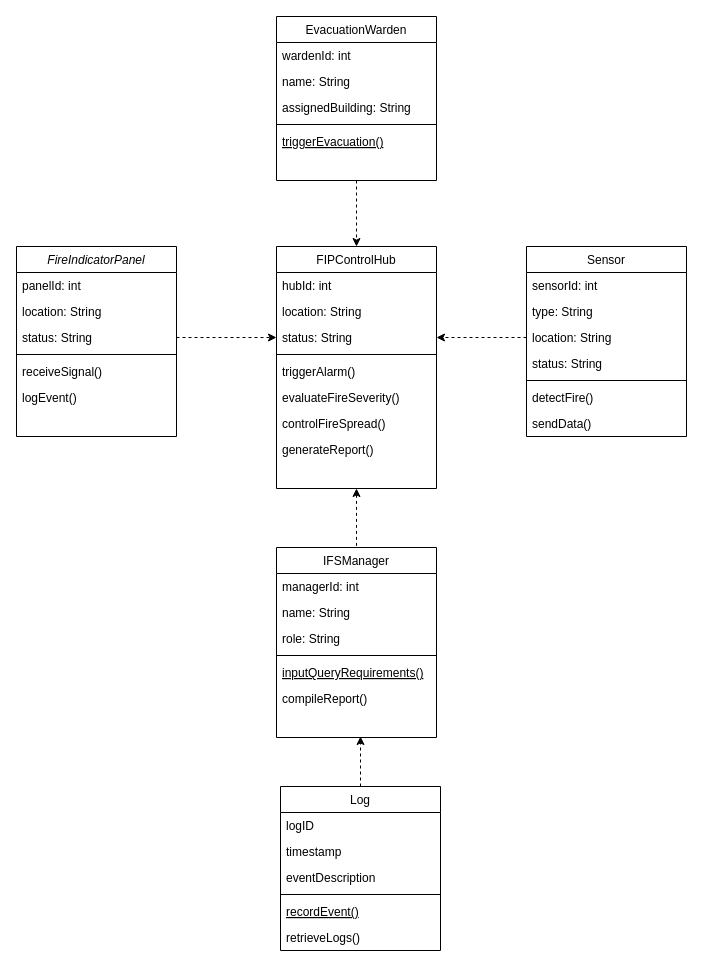
The draw.io diagram ass2/系统类图.drawio in demosRun/INFO6030, before the edit. Source tidied: cells renumbered, new cells numbered last; positions are measured from the earlier drawing's top-left corner, leaving out a move shared by most shapes. Both pictures are drawn from the tidied source at 100%, with x=0, y=0 at pixel (16, 16).
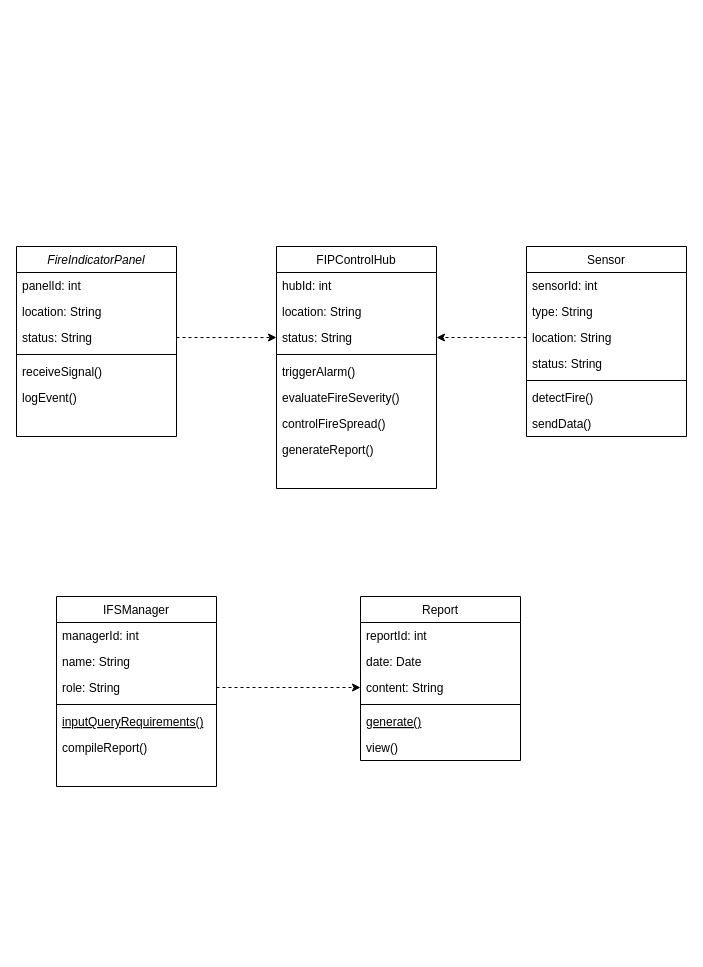
Above is the later version.

The change refers to these unchanged cells:
```xml
<mxCell id="26" value="FIPControlHub            " style="swimlane;fontStyle=0;align=center;verticalAlign=top;horizontal=1;startSize=26;rounded=0;shadow=0;strokeWidth=1;" parent="1" vertex="1">
  <mxGeometry x="260" y="230" width="160" height="242" as="geometry" />
</mxCell>
<mxCell id="38" value="role: String    " style="text;align=left;verticalAlign=top;spacingLeft=4;spacingRight=4;overflow=hidden;points=[[0,0.5],[1,0.5]];portConstraint=eastwest;rounded=0;shadow=0;html=0;" parent="35" vertex="1">
  <mxGeometry y="78" width="160" height="26" as="geometry" />
</mxCell>
```

What changed in the source:
```diff
@@
-    <mxCell id="9" style="edgeStyle=orthogonalEdgeStyle;rounded=0;jettySize=auto;html=1;exitX=0.5;exitY=0;exitDx=0;exitDy=0;dashed=1;" parent="1" edge="1" source="10">
-      <mxGeometry relative="1" as="geometry">
-        <mxPoint x="344" y="720" as="targetPoint" />
-      </mxGeometry>
-    </mxCell>
-    <mxCell id="10" value="Log      " style="swimlane;fontStyle=0;align=center;verticalAlign=top;horizontal=1;startSize=26;rounded=0;shadow=0;strokeWidth=1;" parent="1" vertex="1">
-      <mxGeometry x="264" y="770" width="160" height="164" as="geometry" />
+    <mxCell id="10" value="Report                    " style="swimlane;fontStyle=0;align=center;verticalAlign=top;horizontal=1;startSize=26;rounded=0;shadow=0;strokeWidth=1;" parent="1" vertex="1">
+      <mxGeometry x="344" y="580" width="160" height="164" as="geometry" />
     </mxCell>
-    <mxCell id="11" value="logID     " style="text;align=left;verticalAlign=top;spacingLeft=4;spacingRight=4;overflow=hidden;" parent="10" vertex="1">
+    <mxCell id="11" value="reportId: int     " style="text;align=left;verticalAlign=top;spacingLeft=4;spacingRight=4;overflow=hidden;" parent="10" vertex="1">
       <mxGeometry y="26" width="160" height="26" as="geometry" />
     </mxCell>
-    <mxCell id="12" value="timestamp " style="text;align=left;verticalAlign=top;spacingLeft=4;spacingRight=4;overflow=hidden;rounded=0;shadow=0;html=0;" parent="10" vertex="1">
+    <mxCell id="12" value="date: Date       " style="text;align=left;verticalAlign=top;spacingLeft=4;spacingRight=4;overflow=hidden;rounded=0;shadow=0;html=0;" parent="10" vertex="1">
       <mxGeometry y="52" width="160" height="26" as="geometry" />
     </mxCell>
-    <mxCell id="13" value="eventDescription " style="text;align=left;verticalAlign=top;spacingLeft=4;spacingRight=4;overflow=hidden;points=[[0,0.5],[1,0.5]];portConstraint=eastwest;rounded=0;shadow=0;html=0;" parent="10" vertex="1">
+    <mxCell id="13" value="content: String " style="text;align=left;verticalAlign=top;spacingLeft=4;spacingRight=4;overflow=hidden;points=[[0,0.5],[1,0.5]];portConstraint=eastwest;rounded=0;shadow=0;html=0;" parent="10" vertex="1">
       <mxGeometry y="78" width="160" height="26" as="geometry" />
     </mxCell>
@@
-    <mxCell id="15" value="recordEvent()" style="text;align=left;verticalAlign=top;spacingLeft=4;spacingRight=4;overflow=hidden;fontStyle=4;" parent="10" vertex="1">
+    <mxCell id="15" value="generate()" style="text;align=left;verticalAlign=top;spacingLeft=4;spacingRight=4;overflow=hidden;fontStyle=4;" parent="10" vertex="1">
       <mxGeometry y="112" width="160" height="26" as="geometry" />
     </mxCell>
-    <mxCell id="16" value="retrieveLogs()" style="text;align=left;verticalAlign=top;spacingLeft=4;spacingRight=4;overflow=hidden;" parent="10" vertex="1">
+    <mxCell id="16" value="view()" style="text;align=left;verticalAlign=top;spacingLeft=4;spacingRight=4;overflow=hidden;" parent="10" vertex="1">
       <mxGeometry y="138" width="160" height="26" as="geometry" />
     </mxCell>
@@
-    <mxCell id="25" style="edgeStyle=orthogonalEdgeStyle;rounded=0;jettySize=auto;html=1;exitX=0.5;exitY=1;exitDx=0;exitDy=0;entryX=0.5;entryY=0;entryDx=0;entryDy=0;dashed=1;endArrow=none;endFill=0;startArrow=classic;startFill=1;" parent="1" edge="1" source="26" target="35">
-      <mxGeometry relative="1" as="geometry" />
-    </mxCell>
@@
     <mxCell id="35" value="IFSManager            " style="swimlane;fontStyle=0;align=center;verticalAlign=top;horizontal=1;startSize=26;rounded=0;shadow=0;strokeWidth=1;" parent="1" vertex="1">
-      <mxGeometry x="260" y="531" width="160" height="190" as="geometry" />
+      <mxGeometry x="40" y="580" width="160" height="190" as="geometry" />
     </mxCell>
@@
-    <mxCell id="42" style="edgeStyle=orthogonalEdgeStyle;rounded=0;jettySize=auto;html=1;exitX=0.5;exitY=1;exitDx=0;exitDy=0;entryX=0.5;entryY=0;entryDx=0;entryDy=0;dashed=1;" parent="1" edge="1" source="43" target="26">
-      <mxGeometry relative="1" as="geometry" />
-    </mxCell>
-    <mxCell id="43" value="EvacuationWarden                   " style="swimlane;fontStyle=0;align=center;verticalAlign=top;horizontal=1;startSize=26;rounded=0;shadow=0;strokeWidth=1;" parent="1" vertex="1">
-      <mxGeometry x="260" width="160" height="164" as="geometry" />
-    </mxCell>
-    <mxCell id="44" value="wardenId: int        " style="text;align=left;verticalAlign=top;spacingLeft=4;spacingRight=4;overflow=hidden;" parent="43" vertex="1">
-      <mxGeometry y="26" width="160" height="26" as="geometry" />
-    </mxCell>
-    <mxCell id="45" value="name: String     " style="text;align=left;verticalAlign=top;spacingLeft=4;spacingRight=4;overflow=hidden;rounded=0;shadow=0;html=0;" parent="43" vertex="1">
-      <mxGeometry y="52" width="160" height="26" as="geometry" />
-    </mxCell>
-    <mxCell id="46" value="assignedBuilding: String  " style="text;align=left;verticalAlign=top;spacingLeft=4;spacingRight=4;overflow=hidden;rounded=0;shadow=0;html=0;" parent="43" vertex="1">
-      <mxGeometry y="78" width="160" height="26" as="geometry" />
-    </mxCell>
-    <mxCell id="47" style="line;html=1;strokeWidth=1;align=left;verticalAlign=middle;spacingTop=-1;spacingLeft=3;spacingRight=3;labelPosition=right;" parent="43" vertex="1">
-      <mxGeometry y="104" width="160" height="8" as="geometry" />
-    </mxCell>
-    <mxCell id="48" value="triggerEvacuation() " style="text;align=left;verticalAlign=top;spacingLeft=4;spacingRight=4;overflow=hidden;fontStyle=4;" parent="43" vertex="1">
-      <mxGeometry y="112" width="160" height="26" as="geometry" />
-    </mxCell>
@@
+    <mxCell id="51" style="edgeStyle=orthogonalEdgeStyle;rounded=0;jettySize=auto;html=1;exitX=1;exitY=0.5;exitDx=0;exitDy=0;entryX=0;entryY=0.5;entryDx=0;entryDy=0;dashed=1;" parent="1" edge="1" source="38" target="13">
+      <mxGeometry relative="1" as="geometry" />
+    </mxCell>
```
